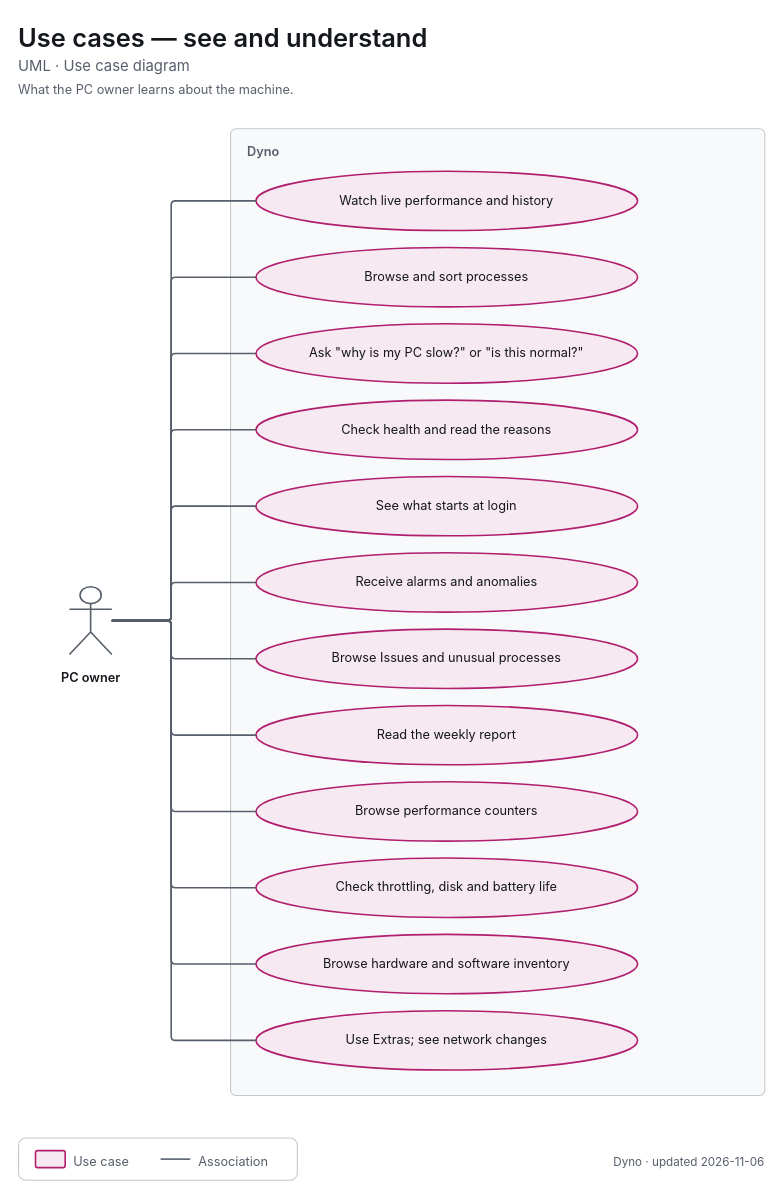
The draw.io diagram apps/dyno/diagrams/uml-use-cases-observe.drawio in decryp7/paddock, before the edit. Source tidied: cells renumbered, new cells numbered last; positions are measured from the earlier drawing's top-left corner, leaving out a move shared by most shapes. Both pictures are drawn from the tidied source at 106%, with x=0, y=0 at pixel (18, 18).
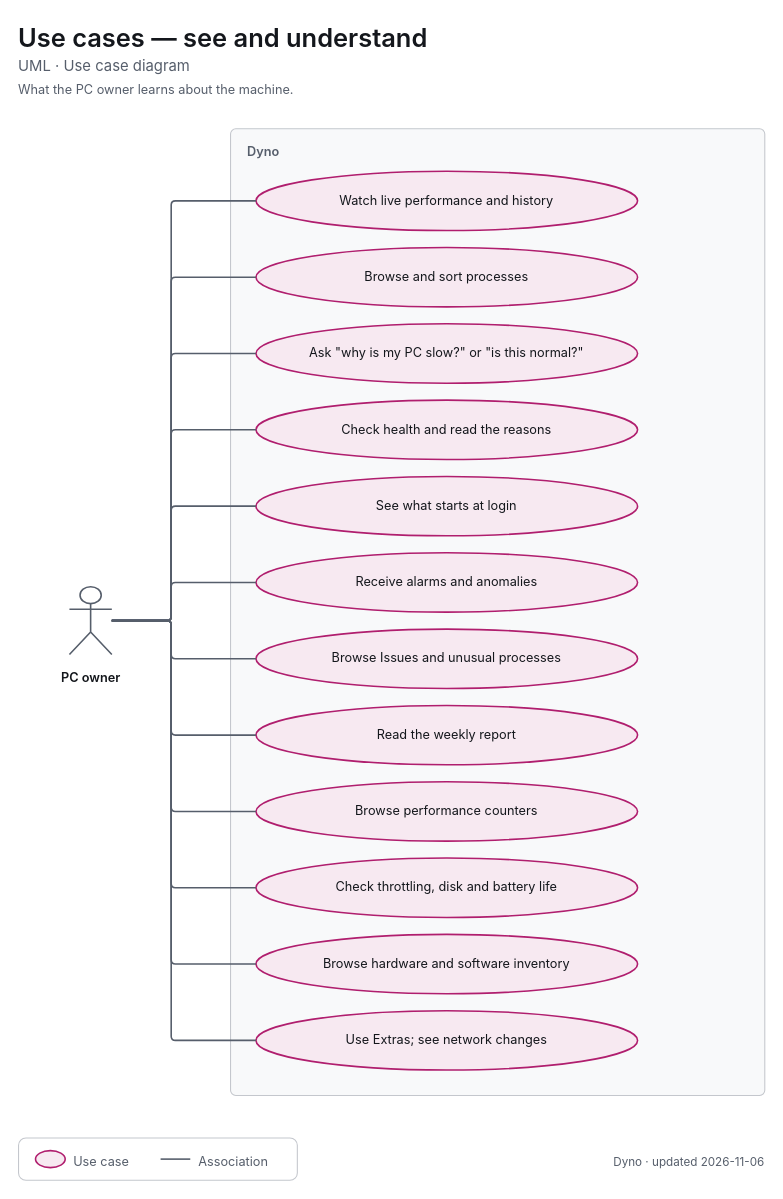
Above is the later version.

What changed in the source:
```diff
@@
-    <mxCell id="32" style="rounded=1;absoluteArcSize=1;arcSize=4;strokeWidth=1.5;strokeColor=light-dark(#B01E6E,#F063A8);fillColor=light-dark(#F7E9F1,#382332);" parent="1" vertex="1">
+    <mxCell id="32" style="ellipse;rounded=1;absoluteArcSize=1;arcSize=4;strokeWidth=1.5;strokeColor=light-dark(#B01E6E,#F063A8);fillColor=light-dark(#F7E9F1,#382332);" parent="1" vertex="1">
       <mxGeometry x="16" y="1068" width="28" height="16" as="geometry" />
     </mxCell>
```
